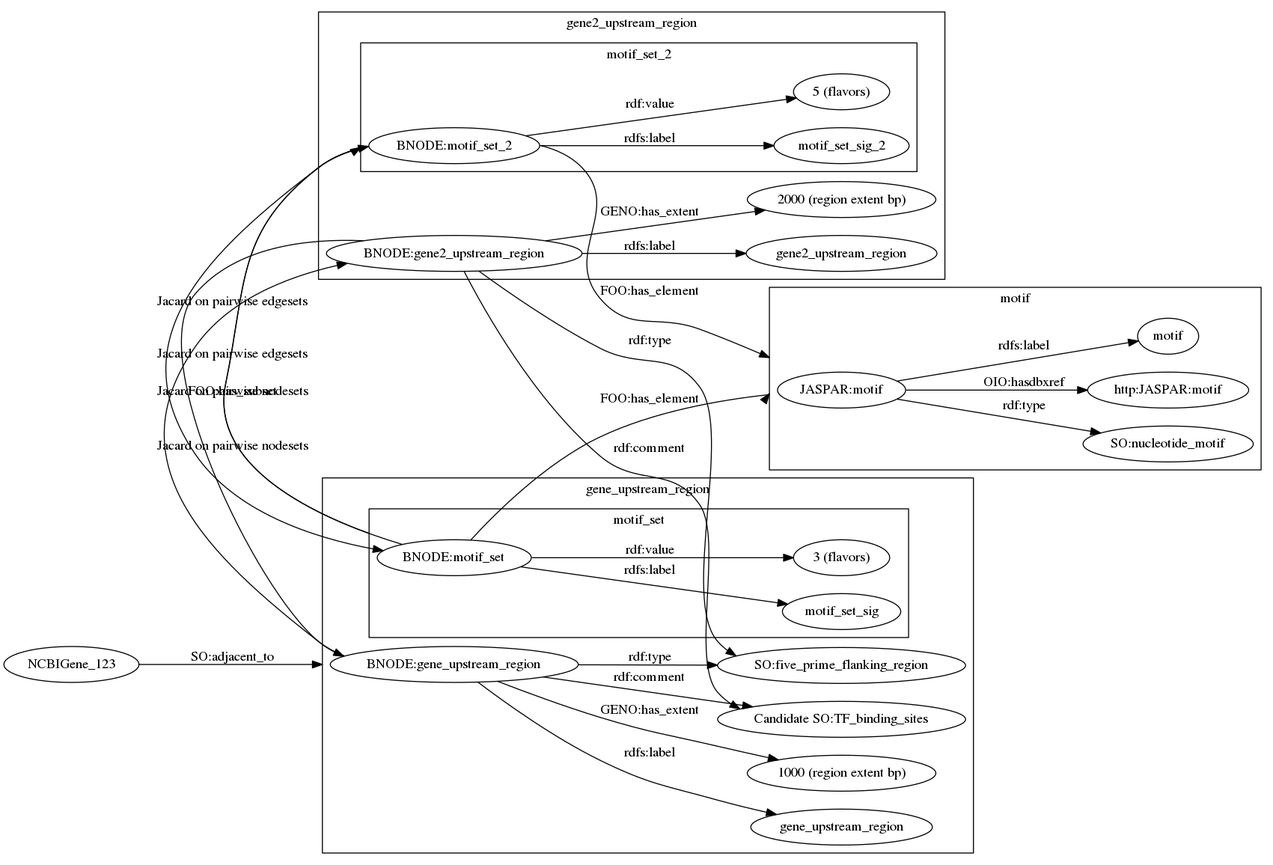
The Graphviz diagram jaspar_target_model.png in TomConlin/Jaspar_FA, before a commit. Its source is kept beside it as jaspar_target_model.gv.
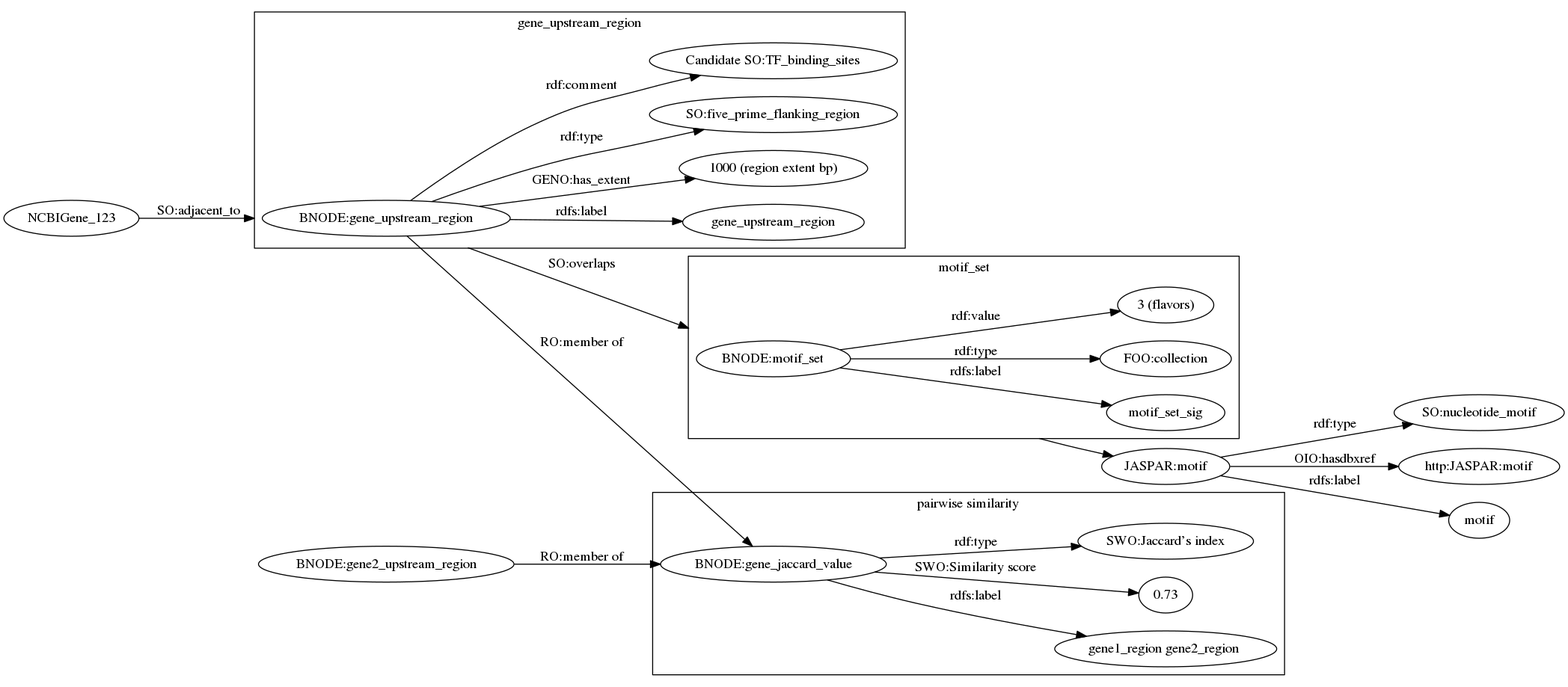
The same diagram one commit later.

Commit message:
plausible model

Diff of the diagram source:
```diff
@@ -3,7 +3,9 @@
  compound=true;
  title=JASPAR_target_model
 
- subgraph  cluster_0 { // the genomic region
+"NCBIGene_123" -> "BNODE:gene_upstream_region" [label="SO:adjacent_to",lhead="cluster_0"]
+
+subgraph  cluster_0 { // the genomic region
 	label=gene_upstream_region
 	"BNODE:gene_upstream_region" -> "gene_upstream_region" [label="rdfs:label"]
 	"BNODE:gene_upstream_region" -> "1000 (region extent bp)" [label="GENO:has_extent"]
@@ -11,42 +13,29 @@
 	"BNODE:gene_upstream_region" -> "Candidate SO:TF_binding_sites" [label="rdf:comment"]
  }
 
+"BNODE:gene_upstream_region"-> "BNODE:motif_set" [label="SO:overlaps", ltail="cluster_0",lhead="cluster_1"]
 
- subgraph  cluster_1 { // a different genomic region
-	label="gene2_upstream_region"
-	"BNODE:gene2_upstream_region" -> "gene2_upstream_region" [label="rdfs:label"]
-	"BNODE:gene2_upstream_region" -> "2000 (region extent bp)" [label="GENO:has_extent"]
-}
-	"BNODE:gene2_upstream_region" -> "SO:five_prime_flanking_region" [label="rdf:type"]
-	"BNODE:gene2_upstream_region" -> "Candidate SO:TF_binding_sites" [label="rdf:comment"]
-
-
- 	subgraph cluster_2 { // set of motifs
-		label=motif_set
-		"BNODE:motif_set" -> "motif_set_sig"[label="rdfs:label"]
-		"BNODE:motif_set" -> "3 (flavors)"  [label="rdf:value"]
- 	}
-
- subgraph cluster_3 { // motif itself
-	label=motif
-	"JASPAR:motif" -> "SO:nucleotide_motif" [label="rdf:type"]
-	"JASPAR:motif" -> "http:JASPAR:motif"   [label="OIO:hasdbxref"]
-	"JASPAR:motif" -> "motif"[label="rdfs:label"]
+subgraph cluster_1 { // set of motifs
+	label=motif_set
+	"BNODE:motif_set" -> "motif_set_sig"[label="rdfs:label"]
+	"BNODE:motif_set" -> "FOO:collection"[label="rdf:type"]
+	"BNODE:motif_set" -> "3 (flavors)"  [label="rdf:value"]
  }
 
- "NCBIGene_123" -> "BNODE:gene_upstream_region" [label="SO:adjacent_to",lhead="cluster_0"]
- "NCBIGene_abc" -> "BNODE:gene2_upstream_region" [label="SO:adjacent_to",lhead="cluster_1"]
+"BNODE:motif_set" -> "JASPAR:motif" [label="",ltail=cluster_1]
+"JASPAR:motif" -> "SO:nucleotide_motif" [label="rdf:type"]
+"JASPAR:motif" -> "http:JASPAR:motif"   [label="OIO:hasdbxref"]
+"JASPAR:motif" -> "motif"[label="rdfs:label"]
 
+"BNODE:gene_upstream_region" -> "BNODE:gene_jaccard_value" [label="RO:member of"]
+"BNODE:gene2_upstream_region" -> "BNODE:gene_jaccard_value" [label="RO:member of"]
 
- "BNODE:motif_set" -> "BNODE:motif_set"  [label="FOO:has_subset",ltail=cluster_2, lhead=cluster_2]
- "BNODE:motif_set" -> "JASPAR:motif" [label="FOO:has_element",ltail="cluster_2", lhead=cluster_3]
+subgraph cluster_2 { // pairwise (dis)similarity
+	label="pairwise similarity"
+	"BNODE:gene_jaccard_value" -> "gene1_region gene2_region " [label="rdfs:label"]
+	"BNODE:gene_jaccard_value" -> "0.73" [label="SWO:Similarity score"]
 
- "BNODE:gene_upstream_region"-> "BNODE:motif_set"  [label="SO:overlaps",ltail="cluster_0",lhead="cluster_3"]
- "BNODE:gene2_upstream_region" -> "BNODE:motif_set"  [label="SO:overlaps",ltail="cluster_1"lhead="cluster_3"]
-
- "BNODE:gene_upstream_region" -> "BNODE:gene2_upstream_region" [label="Jaccard on pairwise edgesets"]
- "BNODE:gene2_upstream_region" -> "BNODE:gene_upstream_region" [label="Jaccard on pairwise edgesets"]
-
+	"BNODE:gene_jaccard_value" -> "SWO:Jaccard’s index" [label="rdf:type"]
+}
 
 }
-
```
